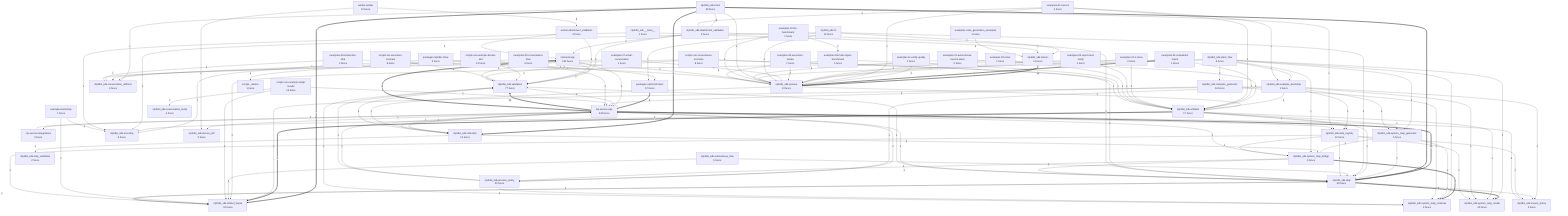
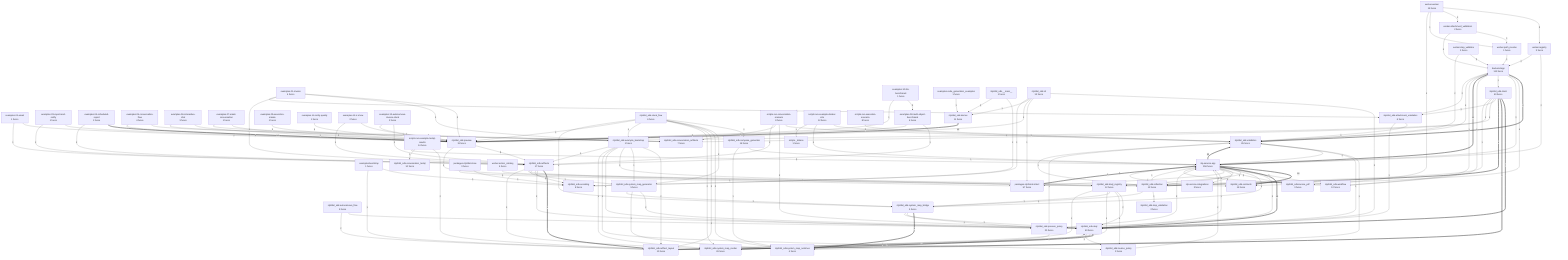
flowchart TD
- %% generated in 0.08s
-     backend__app["backend.app<br/>104 funcs"]
+ %% generated in 0.10s
+     backend__app["backend.app<br/>113 funcs"]
    examples__01_invoice["examples.01-invoice<br/>4 funcs"]
    examples__02_email["examples.02-email<br/>1 funcs"]
    examples__03_report_and_notify["examples.03-report-and-notify<br/>1 funcs"]
    examples__04_scheduled_report["examples.04-scheduled-report<br/>1 funcs"]
    examples__05_conversation_flow["examples.05-conversation-flow<br/>4 funcs"]
    examples__06_interactive_chat["examples.06-interactive-chat<br/>3 funcs"]
    examples__07_email_conversation["examples.07-email-conversation<br/>1 funcs"]
    examples__08_multi_object_benchmark["examples.08-multi-object-benchmark<br/>4 funcs"]
    examples__09_execution_smoke["examples.09-execution-smoke<br/>1 funcs"]
    examples__10_llm_benchmark["examples.10-llm-benchmark<br/>1 funcs"]
    examples__11_notify_quality["examples.11-notify-quality<br/>1 funcs"]
    examples__12_ir_show["examples.12-ir-show<br/>2 funcs"]
    examples__13_autonomous_invoice_stack["examples.13-autonomous-invoice-stack<br/>2 funcs"]
    examples__bootstrap["examples.bootstrap<br/>1 funcs"]
    examples__code_generation_examples["examples.code_generation_examples<br/>1 funcs"]
-     nlp_service__app["nlp-service.app<br/>343 funcs"]
+     nlp_service__app["nlp-service.app<br/>356 funcs"]
    nlp_service__integrations["nlp-service.integrations<br/>3 funcs"]
    nlp2dsl_sdk____main__["nlp2dsl_sdk.__main__<br/>1 funcs"]
    nlp2dsl_sdk__artifact_layout["nlp2dsl_sdk.artifact_layout<br/>10 funcs"]
    nlp2dsl_sdk__artifacts["nlp2dsl_sdk.artifacts<br/>17 funcs"]
    nlp2dsl_sdk__attachment_validation["nlp2dsl_sdk.attachment_validation<br/>6 funcs"]
    nlp2dsl_sdk__autonomous_flow["nlp2dsl_sdk.autonomous_flow<br/>5 funcs"]
    nlp2dsl_sdk__cli["nlp2dsl_sdk.cli<br/>13 funcs"]
    nlp2dsl_sdk__client["nlp2dsl_sdk.client<br/>60 funcs"]
    nlp2dsl_sdk__compose_generator["nlp2dsl_sdk.compose_generator<br/>16 funcs"]
-     nlp2dsl_sdk__conversation_artifacts["nlp2dsl_sdk.conversation_artifacts<br/>3 funcs"]
-     nlp2dsl_sdk__conversation_testql["nlp2dsl_sdk.conversation_testql<br/>4 funcs"]
+     nlp2dsl_sdk__contracts["nlp2dsl_sdk.contracts<br/>15 funcs"]
+     nlp2dsl_sdk__conversation_artifacts["nlp2dsl_sdk.conversation_artifacts<br/>7 funcs"]
+     nlp2dsl_sdk__conversation_testql["nlp2dsl_sdk.conversation_testql<br/>10 funcs"]
    nlp2dsl_sdk__demos["nlp2dsl_sdk.demos<br/>11 funcs"]
-     nlp2dsl_sdk__doql["nlp2dsl_sdk.doql<br/>59 funcs"]
+     nlp2dsl_sdk__doql["nlp2dsl_sdk.doql<br/>60 funcs"]
    nlp2dsl_sdk__doql_registry["nlp2dsl_sdk.doql_registry<br/>12 funcs"]
    nlp2dsl_sdk__encoding["nlp2dsl_sdk.encoding<br/>8 funcs"]
    nlp2dsl_sdk__example_bootstrap["nlp2dsl_sdk.example_bootstrap<br/>1 funcs"]
    nlp2dsl_sdk__invoice_pdf["nlp2dsl_sdk.invoice_pdf<br/>3 funcs"]
    nlp2dsl_sdk__invoice_policy["nlp2dsl_sdk.invoice_policy<br/>3 funcs"]
    nlp2dsl_sdk__preview["nlp2dsl_sdk.preview<br/>13 funcs"]
    nlp2dsl_sdk__process_policy["nlp2dsl_sdk.process_policy<br/>20 funcs"]
    nlp2dsl_sdk__reflection["nlp2dsl_sdk.reflection<br/>12 funcs"]
    nlp2dsl_sdk__stack_flow["nlp2dsl_sdk.stack_flow<br/>6 funcs"]
    nlp2dsl_sdk__step_validation["nlp2dsl_sdk.step_validation<br/>2 funcs"]
    nlp2dsl_sdk__system_map_bridge["nlp2dsl_sdk.system_map_bridge<br/>5 funcs"]
    nlp2dsl_sdk__system_map_generator["nlp2dsl_sdk.system_map_generator<br/>5 funcs"]
    nlp2dsl_sdk__system_map_render["nlp2dsl_sdk.system_map_render<br/>26 funcs"]
    nlp2dsl_sdk__system_map_runtimes["nlp2dsl_sdk.system_map_runtimes<br/>4 funcs"]
-     nlp2dsl_sdk__validation["nlp2dsl_sdk.validation<br/>77 funcs"]
+     nlp2dsl_sdk__validation["nlp2dsl_sdk.validation<br/>85 funcs"]
+     nlp2dsl_sdk__workflow["nlp2dsl_sdk.workflow<br/>12 funcs"]
    packages__nlp2cmd_intent["packages.nlp2cmd-intent<br/>57 funcs"]
    packages__nlp2dsl_show["packages.nlp2dsl-show<br/>3 funcs"]
    scripts___dotenv["scripts._dotenv<br/>1 funcs"]
    scripts__run_conversation_scenario["scripts.run-conversation-scenario<br/>8 funcs"]
    scripts__run_example_docker_e2e["scripts.run-example-docker-e2e<br/>12 funcs"]
    scripts__run_example_testql_results["scripts.run-example-testql-results<br/>14 funcs"]
    scripts__run_execution_scenario["scripts.run-execution-scenario<br/>8 funcs"]
+     worker__action_catalog["worker.action_catalog<br/>5 funcs"]
    worker__attachment_validation["worker.attachment_validation<br/>2 funcs"]
-     worker__worker["worker.worker<br/>14 funcs"]
+     worker__path_resolve["worker.path_resolve<br/>1 funcs"]
+     worker__registry["worker.registry<br/>3 funcs"]
+     worker__step_validator["worker.step_validator<br/>3 funcs"]
+     worker__worker["worker.worker<br/>15 funcs"]
    nlp2dsl_sdk__doql ==>|18| nlp2dsl_sdk__system_map_render
+     nlp_service__app ==>|18| nlp2dsl_sdk__contracts
    nlp_service__app ==>|15| nlp2dsl_sdk__doql
+     nlp_service__app ==>|11| backend__app
    nlp_service__app ==>|11| nlp2dsl_sdk__validation
    nlp2dsl_sdk__demos ==>|10| nlp2dsl_sdk__preview
-     nlp_service__app ==>|9| backend__app
    nlp2dsl_sdk__client ==>|7| nlp2dsl_sdk__doql
    packages__nlp2cmd_intent ==>|5| nlp_service__app
    nlp2dsl_sdk__client ==>|5| nlp2dsl_sdk__artifact_layout
+     backend__app ==>|4| nlp2dsl_sdk__validation
    nlp2dsl_sdk__artifacts ==>|4| nlp2dsl_sdk__artifact_layout
    nlp2dsl_sdk__client ==>|4| nlp2dsl_sdk__reflection
    nlp2dsl_sdk__system_map_bridge ==>|4| nlp2dsl_sdk__system_map_runtimes
    examples__04_scheduled_report ==>|4| nlp2dsl_sdk__preview
-     backend__app -->|3| nlp2dsl_sdk__validation
+     backend__app -->|3| nlp2dsl_sdk__contracts
    backend__app -->|3| nlp_service__app
    nlp2dsl_sdk__client -->|3| nlp2dsl_sdk__attachment_validation
    nlp2dsl_sdk__attachment_validation -->|3| nlp2dsl_sdk__validation
    nlp2dsl_sdk__stack_flow -->|3| nlp2dsl_sdk__compose_generator
    nlp2dsl_sdk__preview -->|3| nlp2dsl_sdk__artifacts
    examples__11_notify_quality -->|3| nlp2dsl_sdk__preview
    examples__01_invoice -->|3| nlp2dsl_sdk__preview
    examples__12_ir_show -->|3| nlp2dsl_sdk__preview
    examples__03_report_and_notify -->|3| nlp2dsl_sdk__preview
    examples__02_email -->|3| nlp2dsl_sdk__preview
    nlp_service__app -->|3| nlp2dsl_sdk__process_policy
-     worker__attachment_validation -->|3| nlp2dsl_sdk__validation
+     worker__step_validator -->|3| backend__app
    scripts__run_example_docker_e2e -->|3| nlp2dsl_sdk__validation
+     nlp_service__app -->|3| nlp2dsl_sdk__workflow
    nlp2dsl_sdk__system_map_generator -->|2| nlp2dsl_sdk__doql
    nlp2dsl_sdk__artifacts -->|2| nlp2dsl_sdk__doql
    nlp2dsl_sdk__cli -->|2| nlp2dsl_sdk__doql
    nlp2dsl_sdk__example_bootstrap -->|2| nlp2dsl_sdk__artifact_layout
+     nlp2dsl_sdk__doql_registry -->|2| nlp2dsl_sdk__doql
    nlp2dsl_sdk__invoice_policy -->|2| nlp_service__app
    nlp2dsl_sdk__attachment_validation -->|2| backend__app
    nlp2dsl_sdk__stack_flow -->|2| nlp2dsl_sdk__system_map_generator
    nlp2dsl_sdk__stack_flow -->|2| nlp2dsl_sdk__system_map_runtimes
    nlp2dsl_sdk__stack_flow -->|2| nlp2dsl_sdk__artifact_layout
    nlp2dsl_sdk__stack_flow -->|2| nlp2dsl_sdk__system_map_render
    nlp2dsl_sdk__autonomous_flow -->|2| nlp2dsl_sdk__doql
    nlp2dsl_sdk__autonomous_flow -->|2| nlp2dsl_sdk__artifact_layout
+     nlp2dsl_sdk__process_policy -->|2| nlp_service__app
    nlp2dsl_sdk__validation -->|2| nlp_service__app
    examples__09_execution_smoke -->|2| nlp2dsl_sdk__preview
    examples__07_email_conversation -->|2| nlp2dsl_sdk__preview
-     worker__worker -->|2| worker__attachment_validation
+     worker__registry -->|2| nlp_service__app
+     worker__registry -->|2| backend__app
+     worker__step_validator -->|2| nlp2dsl_sdk__validation
+     worker__worker -->|2| worker__registry
+     scripts__run_execution_scenario -->|2| nlp2dsl_sdk__validation
    scripts__run_example_testql_results -->|2| nlp2dsl_sdk__artifact_layout
-     nlp2dsl_sdk__doql_registry -->|2| nlp2dsl_sdk__doql
-     nlp2dsl_sdk__process_policy -->|2| nlp_service__app
-     scripts__run_execution_scenario -->|2| nlp2dsl_sdk__validation
    scripts__run_conversation_scenario -->|2| nlp2dsl_sdk__validation
    scripts__run_conversation_scenario -->|2| nlp2dsl_sdk__doql
+     backend__app -->|1| nlp2dsl_sdk__client
    packages__nlp2dsl_show -->|1| nlp2dsl_sdk__encoding
    packages__nlp2dsl_show -->|1| packages__nlp2cmd_intent
    nlp2dsl_sdk__system_map_generator -->|1| nlp2dsl_sdk__system_map_runtimes
    nlp2dsl_sdk__system_map_generator -->|1| nlp2dsl_sdk__system_map_bridge
    nlp2dsl_sdk__artifacts -->|1| nlp2dsl_sdk__encoding
    nlp2dsl_sdk__artifacts -->|1| nlp2dsl_sdk__system_map_generator
    nlp2dsl_sdk__artifacts -->|1| nlp2dsl_sdk__doql_registry
    nlp2dsl_sdk__artifacts -->|1| nlp2dsl_sdk__system_map_render
    nlp2dsl_sdk__cli -->|1| packages__nlp2cmd_intent
    nlp2dsl_sdk__cli -->|1| nlp2dsl_sdk__preview
    nlp2dsl_sdk__cli -->|1| nlp2dsl_sdk__demos
    nlp2dsl_sdk__cli -->|1| nlp2dsl_sdk__encoding
    nlp2dsl_sdk__example_bootstrap -->|1| nlp2dsl_sdk__system_map_generator
    nlp2dsl_sdk__example_bootstrap -->|1| nlp2dsl_sdk__doql_registry
    nlp2dsl_sdk__example_bootstrap -->|1| nlp2dsl_sdk__process_policy
    nlp2dsl_sdk__example_bootstrap -->|1| nlp2dsl_sdk__invoice_policy
    nlp2dsl_sdk__example_bootstrap -->|1| nlp2dsl_sdk__system_map_render
    nlp2dsl_sdk__example_bootstrap -->|1| nlp2dsl_sdk__artifacts
+     nlp2dsl_sdk__doql_registry -->|1| nlp2dsl_sdk__invoice_policy
+     nlp2dsl_sdk__doql_registry -->|1| nlp2dsl_sdk__system_map_bridge
+     nlp2dsl_sdk__doql_registry -->|1| nlp2dsl_sdk__system_map_render
+     nlp2dsl_sdk__doql_registry -->|1| nlp2dsl_sdk__artifact_layout
    nlp2dsl_sdk__client -->|1| nlp2dsl_sdk__preview
    nlp2dsl_sdk__client -->|1| nlp2dsl_sdk__conversation_artifacts
    nlp2dsl_sdk__client -->|1| nlp2dsl_sdk__doql_registry
    nlp2dsl_sdk____main__ -->|1| nlp2dsl_sdk__encoding
    nlp2dsl_sdk____main__ -->|1| nlp2dsl_sdk__demos
    nlp2dsl_sdk__attachment_validation -->|1| nlp2dsl_sdk__doql
    nlp2dsl_sdk__system_map_bridge -->|1| nlp2dsl_sdk__process_policy
    nlp2dsl_sdk__system_map_bridge -->|1| nlp2dsl_sdk__doql
    nlp2dsl_sdk__reflection -->|1| nlp2dsl_sdk__validation
    nlp2dsl_sdk__reflection -->|1| nlp_service__app
    nlp2dsl_sdk__reflection -->|1| nlp2dsl_sdk__step_validation
    nlp2dsl_sdk__reflection -->|1| nlp2dsl_sdk__system_map_bridge
    nlp2dsl_sdk__stack_flow -->|1| nlp2dsl_sdk__example_bootstrap
    nlp2dsl_sdk__stack_flow -->|1| nlp2dsl_sdk__preview
    nlp2dsl_sdk__stack_flow -->|1| nlp2dsl_sdk__system_map_bridge
    nlp2dsl_sdk__compose_generator -->|1| nlp_service__app
    nlp2dsl_sdk__compose_generator -->|1| nlp2dsl_sdk__system_map_runtimes
    nlp2dsl_sdk__preview -->|1| nlp2dsl_sdk__reflection
+     nlp2dsl_sdk__process_policy -->|1| nlp2dsl_sdk__validation
+     nlp2dsl_sdk__process_policy -->|1| nlp2dsl_sdk__system_map_runtimes
    nlp2dsl_sdk__artifact_layout -->|1| nlp2dsl_sdk__doql
+     nlp2dsl_sdk__validation -->|1| nlp2dsl_sdk__system_map_runtimes
    nlp2dsl_sdk__validation -->|1| backend__app
+     nlp2dsl_sdk__doql -->|1| nlp2dsl_sdk__artifact_layout
    nlp2dsl_sdk__doql -->|1| nlp_service__app
    nlp2dsl_sdk__doql -->|1| nlp2dsl_sdk__invoice_policy
    nlp2dsl_sdk__doql -->|1| nlp2dsl_sdk__validation
    examples__bootstrap -->|1| nlp2dsl_sdk__encoding
    examples__bootstrap -->|1| nlp2dsl_sdk__artifact_layout
    examples__code_generation_examples -->|1| nlp2dsl_sdk__demos
    examples__13_autonomous_invoice_stack -->|1| nlp2dsl_sdk__artifacts
    examples__13_autonomous_invoice_stack -->|1| nlp2dsl_sdk__preview
    examples__10_llm_benchmark -->|1| examples__08_multi_object_benchmark
    examples__10_llm_benchmark -->|1| nlp2dsl_sdk__preview
    examples__05_conversation_flow -->|1| nlp2dsl_sdk__conversation_artifacts
    examples__05_conversation_flow -->|1| nlp2dsl_sdk__preview
    examples__04_scheduled_report -->|1| nlp2dsl_sdk__artifacts
    examples__01_invoice -->|1| nlp2dsl_sdk__example_bootstrap
    examples__01_invoice -->|1| nlp2dsl_sdk__artifacts
    examples__01_invoice -->|1| nlp2dsl_sdk__attachment_validation
    examples__12_ir_show -->|1| nlp2dsl_sdk__artifacts
    examples__07_email_conversation -->|1| nlp2dsl_sdk__conversation_artifacts
    examples__03_report_and_notify -->|1| nlp2dsl_sdk__artifacts
    examples__02_email -->|1| nlp2dsl_sdk__artifacts
    examples__06_interactive_chat -->|1| nlp2dsl_sdk__preview
    examples__06_interactive_chat -->|1| nlp2dsl_sdk__conversation_artifacts
    examples__08_multi_object_benchmark -->|1| nlp2dsl_sdk__artifacts
    examples__08_multi_object_benchmark -->|1| nlp2dsl_sdk__preview
    nlp_service__app -->|1| nlp2dsl_sdk__doql_registry
    nlp_service__app -->|1| nlp2dsl_sdk__system_map_bridge
    nlp_service__app -->|1| nlp2dsl_sdk__reflection
    nlp_service__app -->|1| nlp2dsl_sdk__invoice_pdf
    nlp_service__app -->|1| nlp_service__integrations
+     nlp_service__app -->|1| packages__nlp2cmd_intent
    nlp_service__integrations -->|1| nlp_service__app
+     worker__action_catalog -->|1| nlp2dsl_sdk__contracts
+     worker__attachment_validation -->|1| worker__path_resolve
    worker__attachment_validation -->|1| backend__app
+     worker__path_resolve -->|1| backend__app
+     worker__worker -->|1| worker__attachment_validation
+     worker__worker -->|1| worker__path_resolve
    worker__worker -->|1| nlp2dsl_sdk__invoice_pdf
    scripts__run_example_testql_results -->|1| nlp2dsl_sdk__conversation_testql
    scripts__run_example_testql_results -->|1| nlp_service__app
-     nlp2dsl_sdk__doql_registry -->|1| nlp2dsl_sdk__invoice_policy
-     nlp2dsl_sdk__doql_registry -->|1| nlp2dsl_sdk__system_map_bridge
-     nlp2dsl_sdk__doql_registry -->|1| nlp2dsl_sdk__system_map_render
-     nlp2dsl_sdk__doql_registry -->|1| nlp2dsl_sdk__artifact_layout
-     nlp2dsl_sdk__doql -->|1| nlp2dsl_sdk__artifact_layout
-     nlp2dsl_sdk__process_policy -->|1| nlp2dsl_sdk__validation
-     nlp2dsl_sdk__process_policy -->|1| nlp2dsl_sdk__system_map_runtimes
    scripts__run_example_docker_e2e -->|1| nlp_service__app
    scripts__run_example_docker_e2e -->|1| scripts___dotenv
-     nlp2dsl_sdk__validation -->|1| nlp2dsl_sdk__system_map_runtimes
    scripts__run_conversation_scenario -->|1| nlp2dsl_sdk__conversation_artifacts
    scripts__run_conversation_scenario -->|1| nlp2dsl_sdk__artifacts
+     backend__app -->|1| nlp2dsl_sdk__workflow
+     nlp2dsl_sdk__workflow -->|1| backend__app
+     nlp2dsl_sdk__workflow -->|1| nlp_service__app
